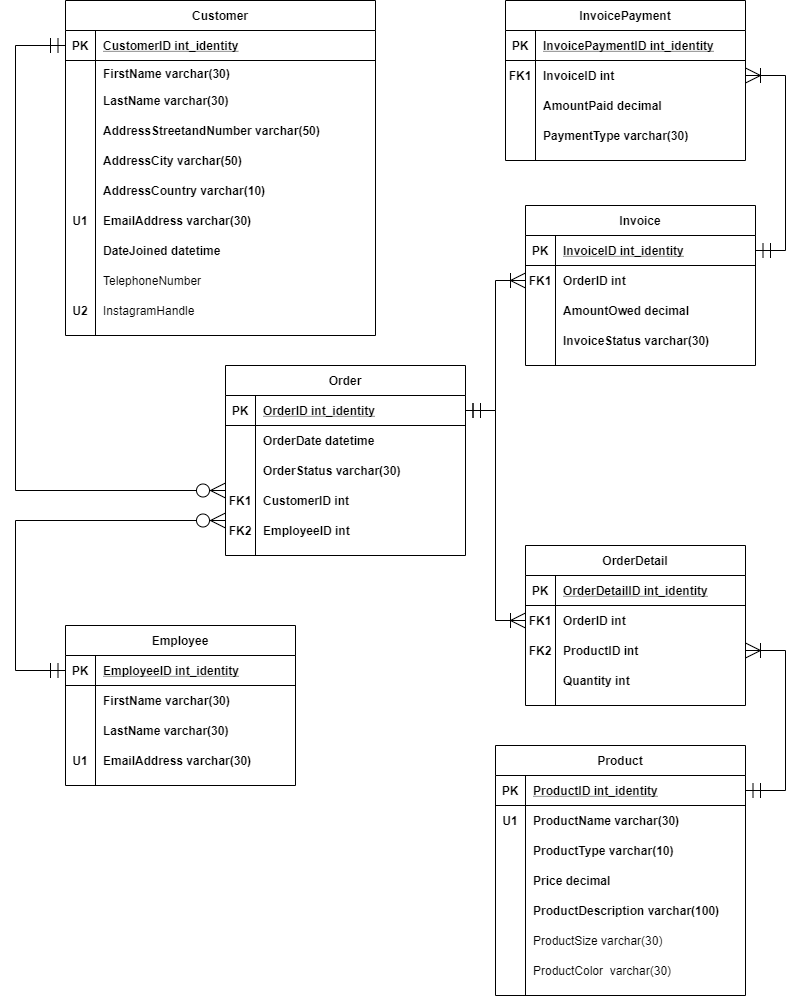
Above: Project/Project Logical Model.png in trisxcj1/SyracuseUniversity_IST659 (draw.io), before the change. Source tidied: cells renumbered, new cells last; positions are measured from the earlier drawing's top-left corner, leaving out a move shared by most shapes.
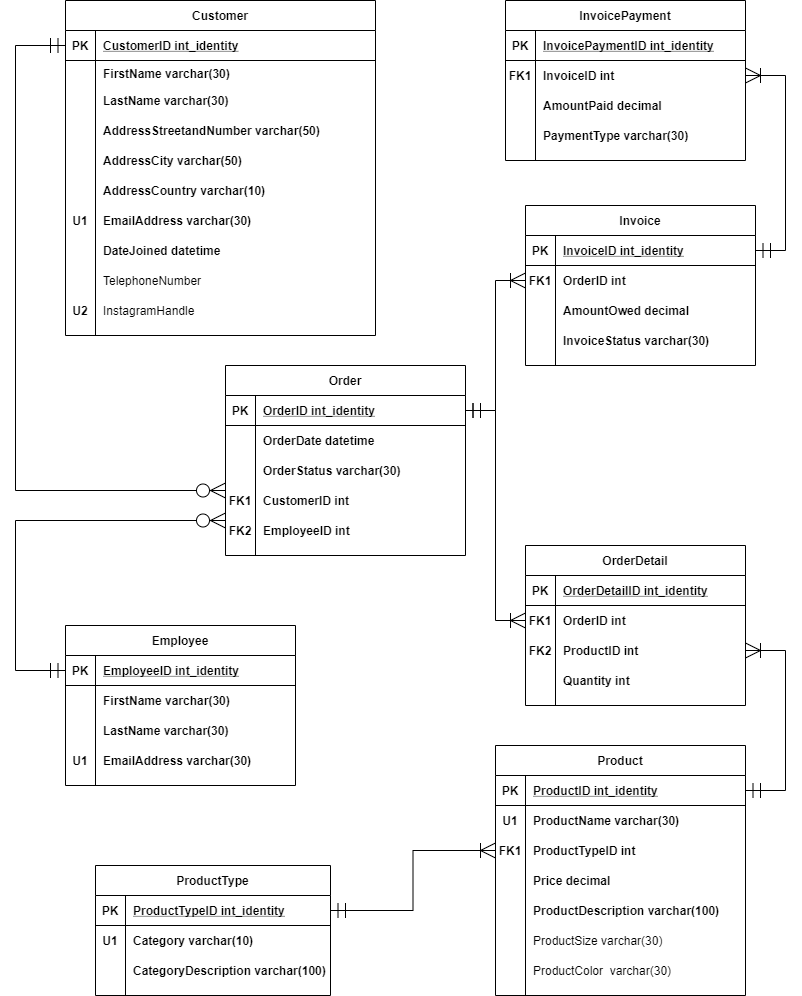
The same diagram one commit later.

Commit message:
added ProductType as a table

What changed in the source:
```diff
@@ -119,10 +119,10 @@
     <mxCell id="40" style="shape=partialRectangle;fillColor=none;top=0;left=0;bottom=0;right=0;points=[[0,0.5],[1,0.5]];portConstraint=eastwest;" parent="33" vertex="1">
       <mxGeometry y="90" width="250" height="30" as="geometry" />
     </mxCell>
-    <mxCell id="41" style="shape=partialRectangle;fillColor=none;top=0;left=0;bottom=0;right=0;overflow=hidden;" parent="40" vertex="1">
+    <mxCell id="41" value="FK1" style="shape=partialRectangle;fillColor=none;top=0;left=0;bottom=0;right=0;overflow=hidden;fontStyle=1;" parent="40" vertex="1">
       <mxGeometry width="30" height="30" as="geometry" />
     </mxCell>
-    <mxCell id="42" value="ProductType varchar(10)" style="shape=partialRectangle;fillColor=none;top=0;left=0;bottom=0;right=0;align=left;spacingLeft=6;overflow=hidden;fontStyle=1;" parent="40" vertex="1">
+    <mxCell id="42" value="ProductTypeID int" style="shape=partialRectangle;fillColor=none;top=0;left=0;bottom=0;right=0;align=left;spacingLeft=6;overflow=hidden;fontStyle=1;" parent="40" vertex="1">
       <mxGeometry x="30" width="220" height="30" as="geometry" />
     </mxCell>
     <mxCell id="43" style="shape=partialRectangle;fillColor=none;top=0;left=0;bottom=0;right=0;" parent="33" vertex="1">
@@ -403,5 +403,38 @@
         </Array>
       </mxGeometry>
     </mxCell>
+    <mxCell id="129" value="ProductType" style="shape=table;startSize=30;rowLines=0;fontStyle=1;align=center;" parent="1" vertex="1">
+      <mxGeometry x="80" y="865" width="235" height="130" as="geometry" />
+    </mxCell>
+    <mxCell id="130" style="shape=partialRectangle;fillColor=none;top=0;left=0;bottom=1;right=0;points=[[0,0.5],[1,0.5]];portConstraint=eastwest;" parent="129" vertex="1">
+      <mxGeometry y="30" width="235" height="30" as="geometry" />
+    </mxCell>
+    <mxCell id="131" value="PK" style="shape=partialRectangle;fillColor=none;top=0;left=0;bottom=0;right=0;fontStyle=1;overflow=hidden;" parent="130" vertex="1">
+      <mxGeometry width="30" height="30" as="geometry" />
+    </mxCell>
+    <mxCell id="132" value="ProductTypeID int_identity" style="shape=partialRectangle;fillColor=none;top=0;left=0;bottom=0;right=0;align=left;spacingLeft=6;fontStyle=5;overflow=hidden;" parent="130" vertex="1">
+      <mxGeometry x="30" width="205" height="30" as="geometry" />
+    </mxCell>
+    <mxCell id="133" style="shape=partialRectangle;fillColor=none;top=0;left=0;bottom=0;right=0;" parent="129" vertex="1">
+      <mxGeometry y="60" width="235" height="30" as="geometry" />
+    </mxCell>
+    <mxCell id="134" value="U1" style="shape=partialRectangle;fillColor=none;top=0;left=0;bottom=0;right=0;overflow=hidden;fontStyle=1;" parent="133" vertex="1">
+      <mxGeometry width="30" height="30" as="geometry" />
+    </mxCell>
+    <mxCell id="135" value="Category varchar(10)" style="shape=partialRectangle;fillColor=none;top=0;left=0;bottom=0;right=0;align=left;spacingLeft=6;overflow=hidden;fontStyle=1;" parent="133" vertex="1">
+      <mxGeometry x="30" width="205" height="30" as="geometry" />
+    </mxCell>
+    <mxCell id="136" style="shape=partialRectangle;fillColor=none;top=0;left=0;bottom=0;right=0;" parent="129" vertex="1">
+      <mxGeometry y="90" width="235" height="30" as="geometry" />
+    </mxCell>
+    <mxCell id="137" style="shape=partialRectangle;fillColor=none;top=0;left=0;bottom=0;right=0;overflow=hidden;" parent="136" vertex="1">
+      <mxGeometry width="30" height="30" as="geometry" />
+    </mxCell>
+    <mxCell id="138" value="CategoryDescription varchar(100)" style="shape=partialRectangle;fillColor=none;top=0;left=0;bottom=0;right=0;align=left;spacingLeft=6;overflow=hidden;fontStyle=1;" parent="136" vertex="1">
+      <mxGeometry x="30" width="205" height="30" as="geometry" />
+    </mxCell>
+    <mxCell id="139" style="edgeStyle=orthogonalEdgeStyle;rounded=0;jettySize=auto;html=1;startArrow=ERmandOne;startFill=0;startSize=13;endArrow=ERoneToMany;endFill=0;endSize=13;" parent="1" edge="1" source="130" target="40">
+      <mxGeometry relative="1" as="geometry" />
+    </mxCell>
   </root>
 </mxGraphModel>
```
